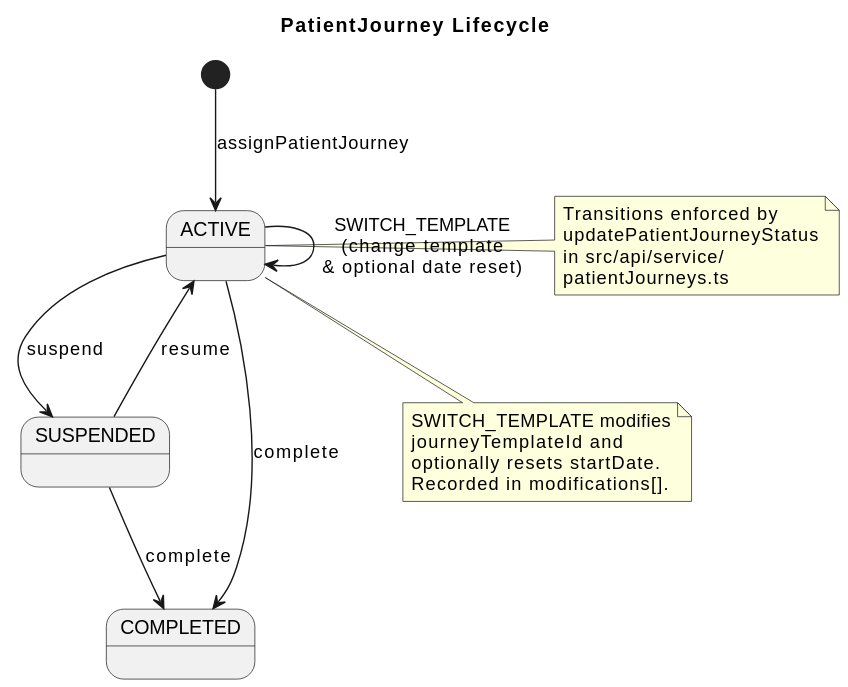
The PlantUML diagram docs/diagrams/patient-journey-lifecycle.svg in gforge/DUK, before a commit.
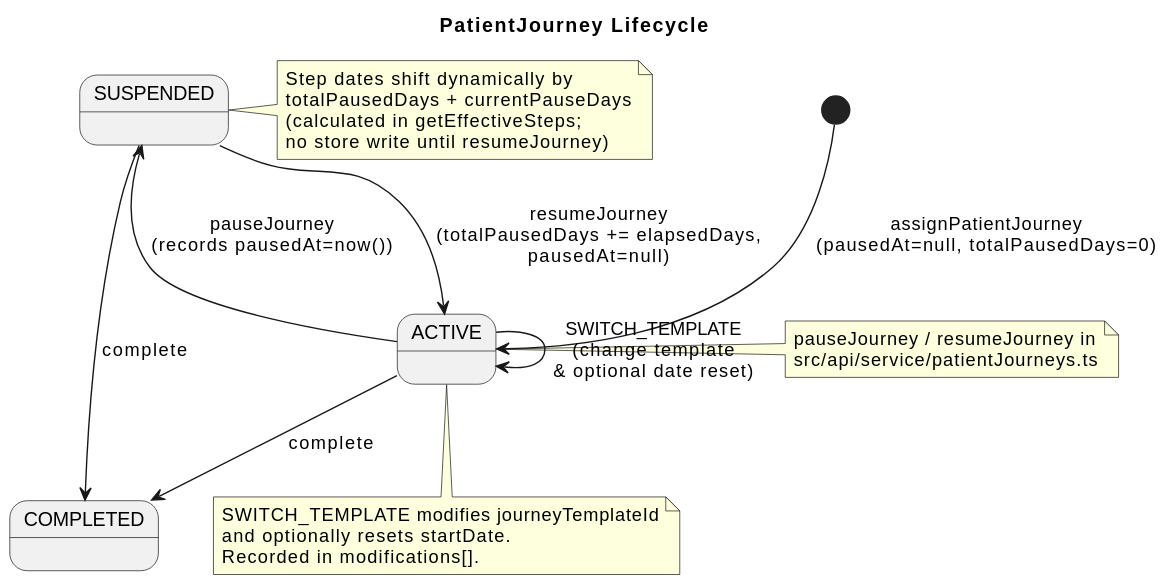
After the change.

Change to the diagram source:
```diff
@@ -5,26 +5,30 @@
 state SUSPENDED
 state COMPLETED
 
-[*] --> ACTIVE : assignPatientJourney
+[*] --> ACTIVE : assignPatientJourney\n(pausedAt=null, totalPausedDays=0)
 
-ACTIVE --> SUSPENDED : suspend
-SUSPENDED --> ACTIVE : resume
+ACTIVE --> SUSPENDED : pauseJourney\n(records pausedAt=now())
+SUSPENDED --> ACTIVE : resumeJourney\n(totalPausedDays += elapsedDays,\npausedAt=null)
 ACTIVE --> COMPLETED : complete
 SUSPENDED --> COMPLETED : complete
 
 ACTIVE --> ACTIVE : SWITCH_TEMPLATE\n(change template\n& optional date reset)
 
+note right of SUSPENDED
+  Step dates shift dynamically by
+  totalPausedDays + currentPauseDays
+  (calculated in getEffectiveSteps;
+  no store write until resumeJourney)
+end note
+
 note right of ACTIVE
-  Transitions enforced by
-  updatePatientJourneyStatus
-  in src/api/service/
-  patientJourneys.ts
+  pauseJourney / resumeJourney in
+  src/api/service/patientJourneys.ts
 end note
 
 note bottom of ACTIVE
-  SWITCH_TEMPLATE modifies
-  journeyTemplateId and
-  optionally resets startDate.
+  SWITCH_TEMPLATE modifies journeyTemplateId
+  and optionally resets startDate.
   Recorded in modifications[].
 end note
 @enduml
```
